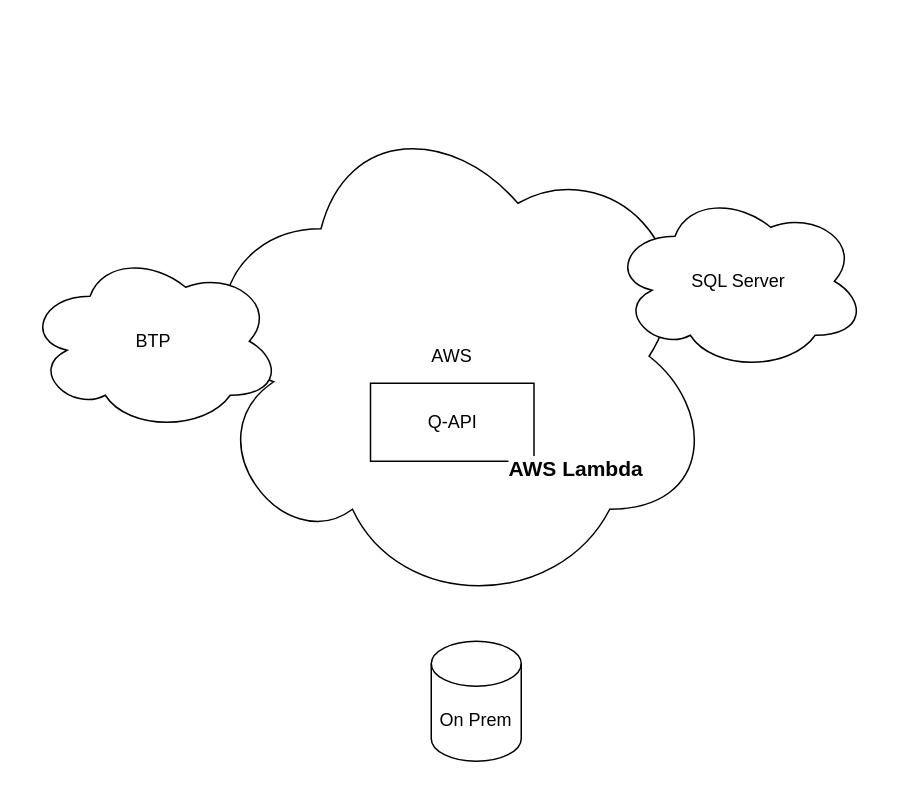
The draw.io diagram page "Intro" (1 of 7) of staticWeb/Untitled Diagram.drawio in eleemans/react2022, before the edit. Source tidied: cells renumbered, new cells numbered last; positions are measured from the earlier drawing's top-left corner, leaving out a move shared by most shapes. Both pictures are drawn from the tidied source at 150%, with x=0, y=0 at pixel (26, 100).
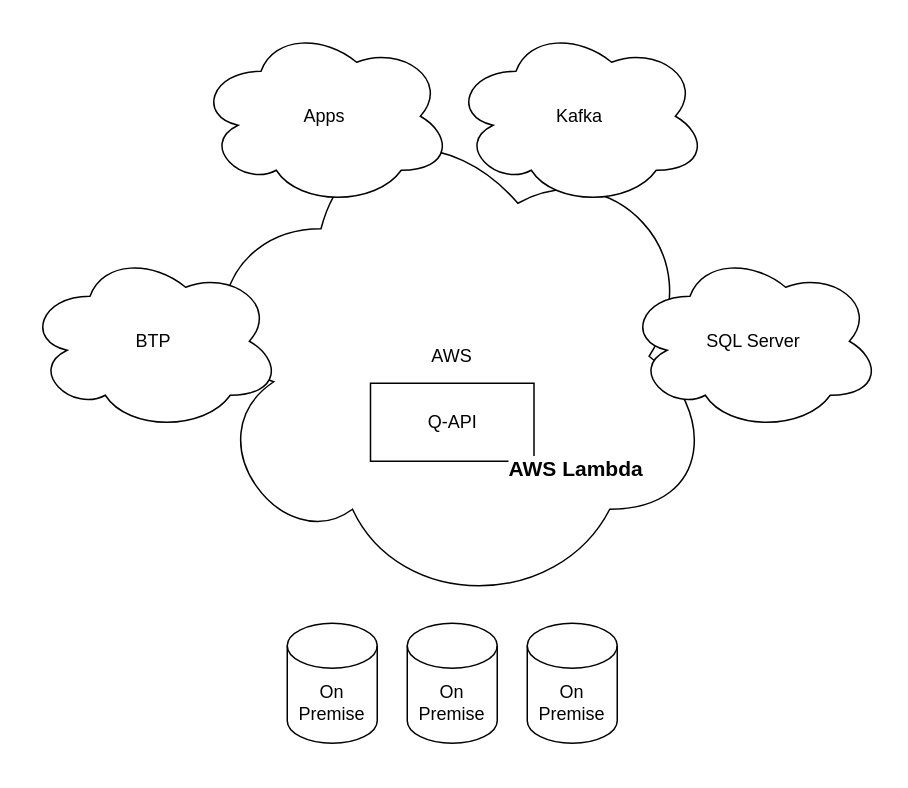
The same diagram, later.

The edit, as a diff of the source:
```diff
@@
 <mxGraphModel>
   <root>
     <mxCell id="0" />
     <mxCell id="1" parent="0" />
     <mxCell id="2" value="AWS" style="ellipse;shape=cloud;whiteSpace=wrap;html=1;" parent="1" vertex="1">
       <mxGeometry x="109" width="350" height="340" as="geometry" />
     </mxCell>
     <mxCell id="3" value="Q-API" style="rounded=0;whiteSpace=wrap;html=1;" parent="1" vertex="1">
       <mxGeometry x="229.5" y="188" width="109" height="52" as="geometry" />
     </mxCell>
     <mxCell id="4" value="BTP" style="ellipse;shape=cloud;whiteSpace=wrap;html=1;" parent="1" vertex="1">
       <mxGeometry y="100" width="170" height="120" as="geometry" />
     </mxCell>
     <mxCell id="5" value="SQL Server" style="ellipse;shape=cloud;whiteSpace=wrap;html=1;" parent="1" vertex="1">
-      <mxGeometry x="390" y="60" width="170" height="120" as="geometry" />
+      <mxGeometry x="400" y="100" width="170" height="120" as="geometry" />
     </mxCell>
-    <mxCell id="6" value="On Prem" style="shape=cylinder3;whiteSpace=wrap;html=1;boundedLbl=1;backgroundOutline=1;size=15;" parent="1" vertex="1">
-      <mxGeometry x="270" y="360" width="60" height="80" as="geometry" />
+    <mxCell id="6" value="On Premise" style="shape=cylinder3;whiteSpace=wrap;html=1;boundedLbl=1;backgroundOutline=1;size=15;" parent="1" vertex="1">
+      <mxGeometry x="254" y="348" width="60" height="80" as="geometry" />
     </mxCell>
     <mxCell id="7" value="&lt;em style=&quot;font-weight: bold; font-style: normal; font-family: arial, sans-serif; font-size: 14px; font-variant-ligatures: normal; font-variant-caps: normal; letter-spacing: normal; orphans: 2; text-align: left; text-indent: 0px; text-transform: none; widows: 2; word-spacing: 0px; -webkit-text-stroke-width: 0px; text-decoration-thickness: initial; text-decoration-style: initial; text-decoration-color: initial; background-color: rgb(255, 255, 255);&quot;&gt;AWS Lambda&lt;/em&gt;" style="text;whiteSpace=wrap;html=1;fontSize=13;" parent="1" vertex="1">
       <mxGeometry x="320" y="230" width="110" height="30" as="geometry" />
     </mxCell>
+    <mxCell id="8" value="On Premise" style="shape=cylinder3;whiteSpace=wrap;html=1;boundedLbl=1;backgroundOutline=1;size=15;" parent="1" vertex="1">
+      <mxGeometry x="334" y="348" width="60" height="80" as="geometry" />
+    </mxCell>
+    <mxCell id="9" value="On Premise" style="shape=cylinder3;whiteSpace=wrap;html=1;boundedLbl=1;backgroundOutline=1;size=15;" parent="1" vertex="1">
+      <mxGeometry x="174" y="348" width="60" height="80" as="geometry" />
+    </mxCell>
+    <mxCell id="10" value="Apps" style="ellipse;shape=cloud;whiteSpace=wrap;html=1;" parent="1" vertex="1">
+      <mxGeometry x="114" y="-50" width="170" height="120" as="geometry" />
+    </mxCell>
+    <mxCell id="11" value="Kafka" style="ellipse;shape=cloud;whiteSpace=wrap;html=1;" parent="1" vertex="1">
+      <mxGeometry x="284" y="-50" width="170" height="120" as="geometry" />
+    </mxCell>
   </root>
 </mxGraphModel>
```
